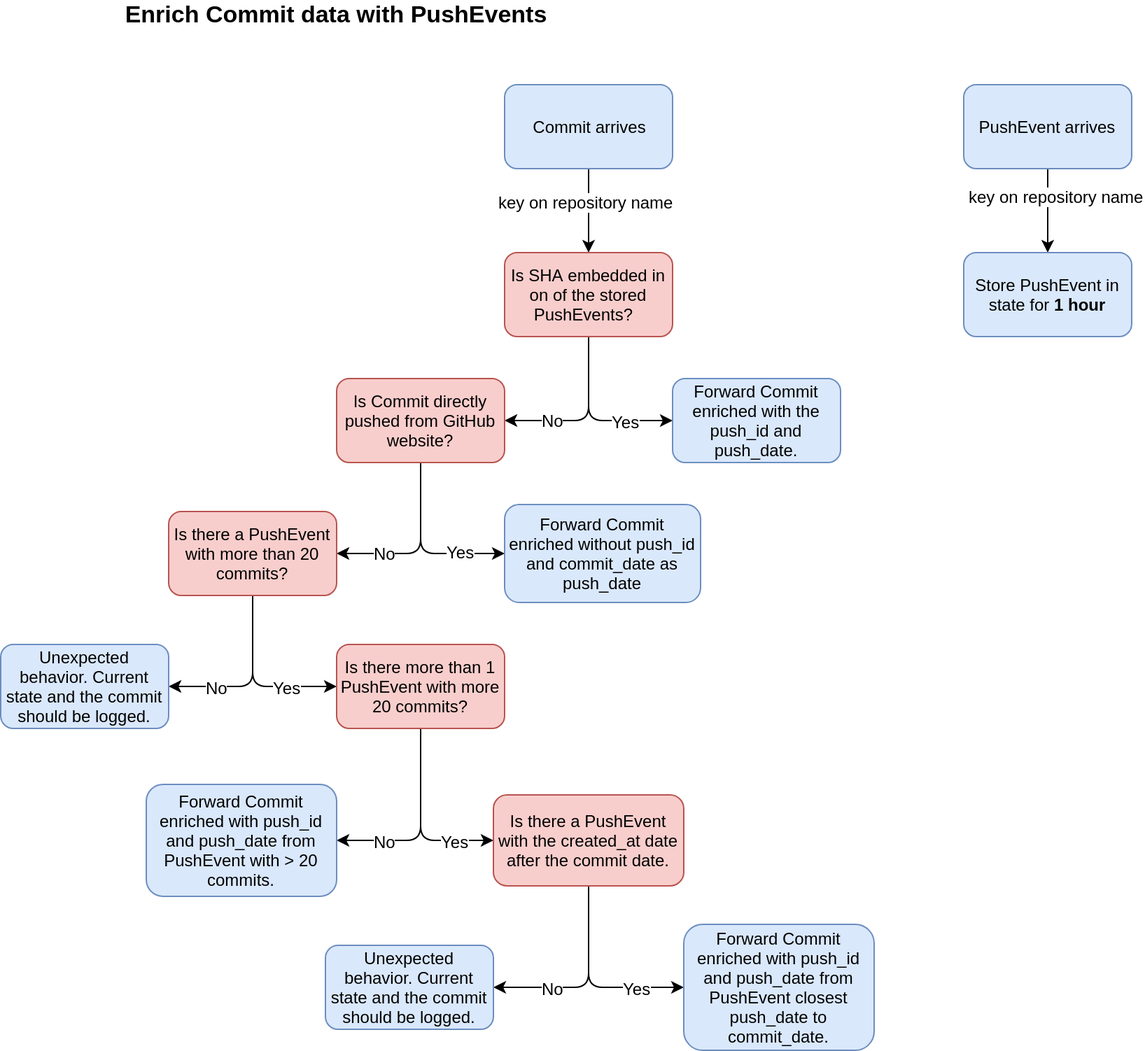
codefeedr/ghtorrent_mirror keeps this draw.io diagram as flow_enrich.png. Above is the earlier version. Source tidied: cells renumbered, new cells last; positions are measured from the earlier drawing's top-left corner, leaving out a move shared by most shapes.
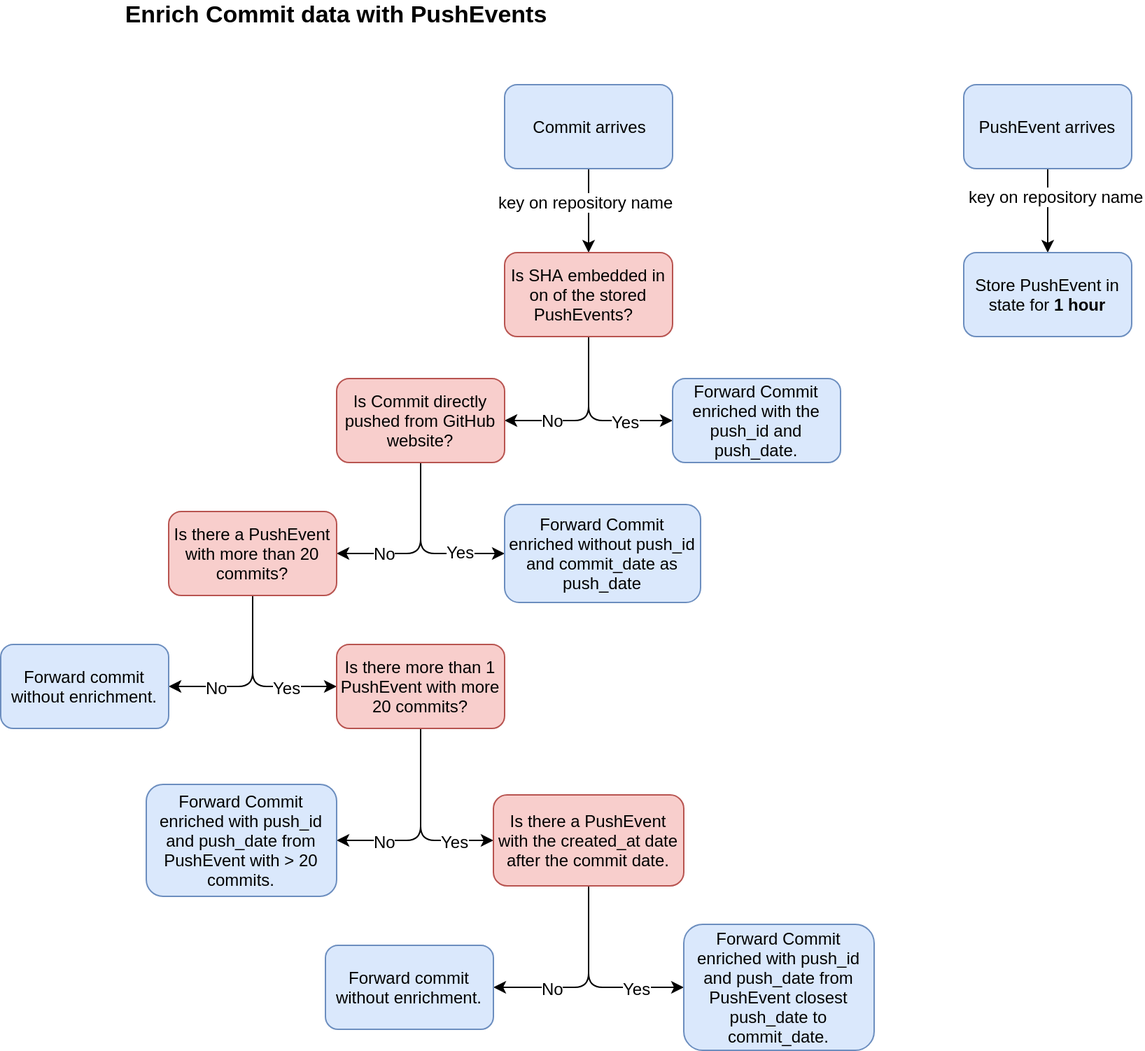
The same file after the commit.

Commit message:
Updates flow diagram.

What changed in the source:
```diff
@@ -96,7 +96,7 @@
     <mxCell id="25" value="Is there a PushEvent with more than 20 commits?" style="rounded=1;whiteSpace=wrap;html=1;fillColor=#f8cecc;strokeColor=#b85450;" parent="1" vertex="1">
       <mxGeometry x="120" y="365" width="120" height="60" as="geometry" />
     </mxCell>
-    <mxCell id="26" value="Unexpected behavior. Current state and the commit should be logged." style="rounded=1;whiteSpace=wrap;html=1;fillColor=#dae8fc;strokeColor=#6c8ebf;" parent="1" vertex="1">
+    <mxCell id="26" value="Forward commit without enrichment." style="rounded=1;whiteSpace=wrap;html=1;fillColor=#dae8fc;strokeColor=#6c8ebf;" parent="1" vertex="1">
       <mxGeometry y="460" width="120" height="60" as="geometry" />
     </mxCell>
     <mxCell id="27" value="Yes" style="text;html=1;align=center;verticalAlign=middle;labelBackgroundColor=#ffffff;" parent="1" vertex="1">
@@ -148,7 +148,7 @@
     <mxCell id="39" value="Forward Commit enriched with push_id and push_date from PushEvent closest push_date to commit_date." style="rounded=1;whiteSpace=wrap;html=1;fillColor=#dae8fc;strokeColor=#6c8ebf;" parent="1" vertex="1">
       <mxGeometry x="488" y="660" width="136" height="90" as="geometry" />
     </mxCell>
-    <mxCell id="40" value="Unexpected behavior. Current state and the commit should be logged." style="rounded=1;whiteSpace=wrap;html=1;fillColor=#dae8fc;strokeColor=#6c8ebf;" parent="1" vertex="1">
+    <mxCell id="40" value="Forward commit without enrichment." style="rounded=1;whiteSpace=wrap;html=1;fillColor=#dae8fc;strokeColor=#6c8ebf;" parent="1" vertex="1">
       <mxGeometry x="232" y="675" width="120" height="60" as="geometry" />
     </mxCell>
   </root>
```
